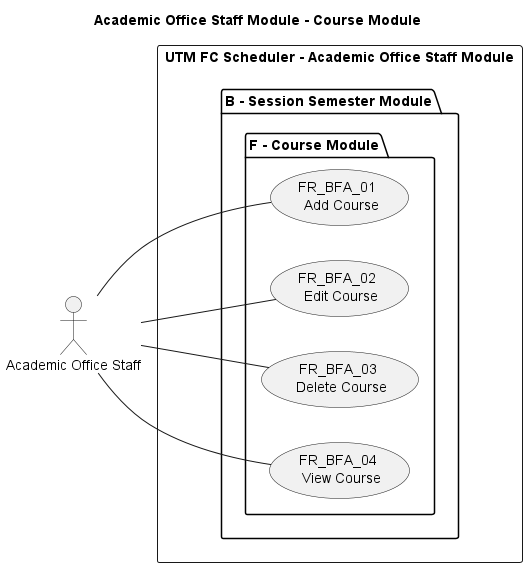
Above: diagrams/use-case/academic-office-staff/Course Module/Academic Office Staff Module - Course Module.png in AdmiJW/UTM-FC-Scheduler-UML (PlantUML), before the change.
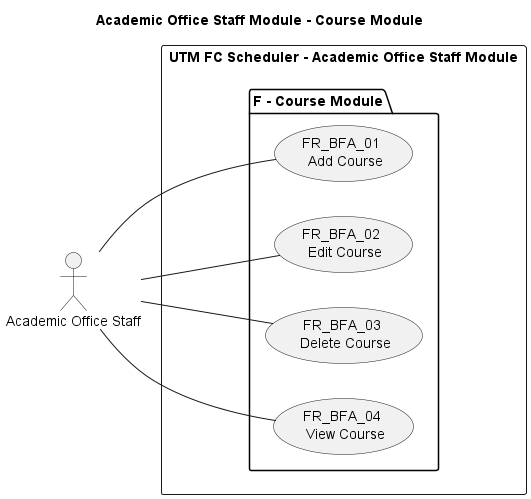
After the commit.

Change to the diagram source:
```diff
@@ -8,14 +8,12 @@
 "Academic Office Staff" as AOS
 
 rectangle "UTM FC Scheduler - Academic Office Staff Module" {
-package "B - Session Semester Module" {
     package "F - Course Module" {
         usecase (FR_BFA_01 \n Add Course) as FR_BFA_01
         usecase (FR_BFA_02 \n Edit Course) as FR_BFA_02
         usecase (FR_BFA_03 \n Delete Course) as FR_BFA_03
         usecase (FR_BFA_04 \n View Course) as FR_BFA_04
     }
-}
 }
 
 
```
